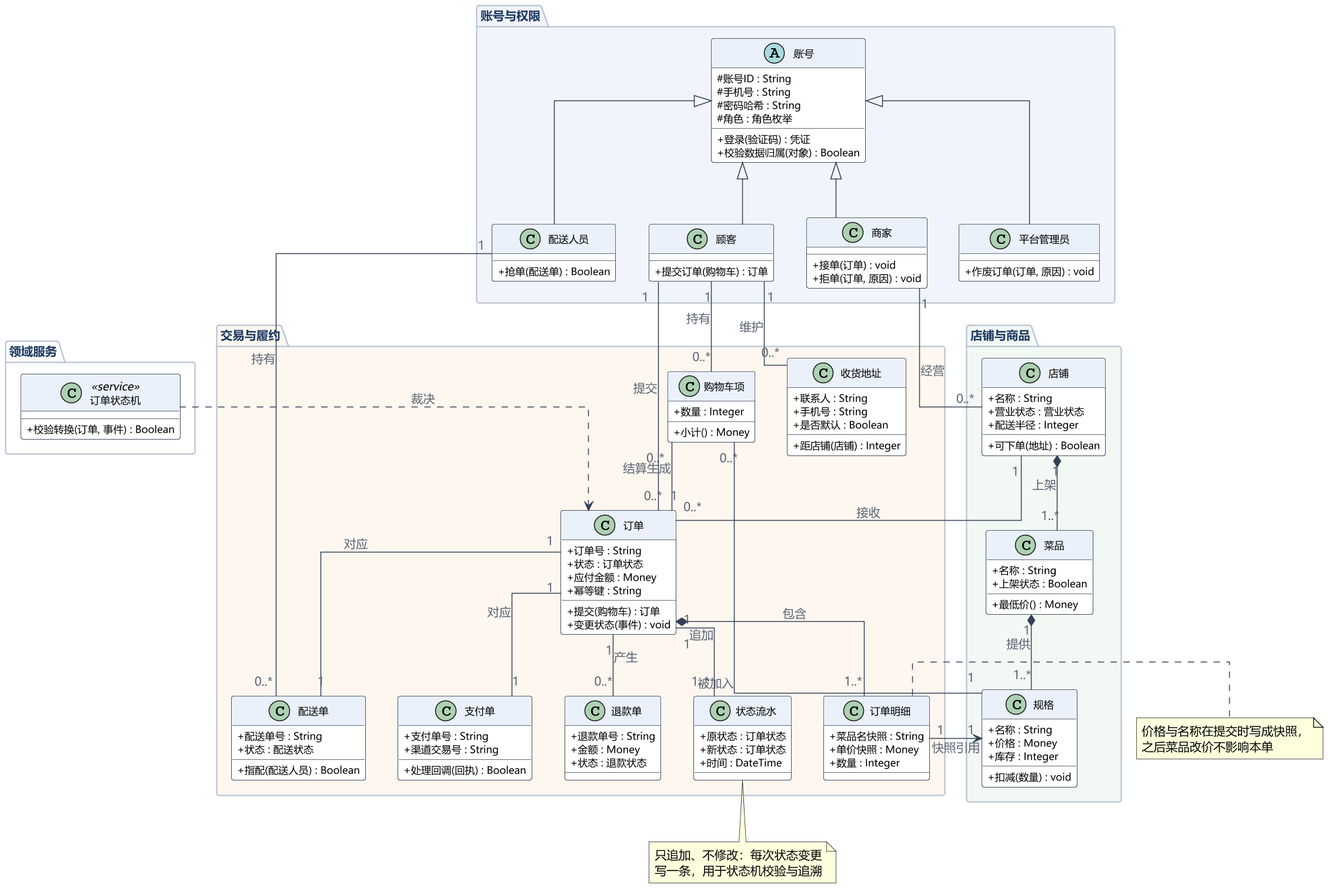
Before: lab2/UML/UML类图.png, a diagram exported from PlantUML (yui060814zwp-creator/SE-lab). Source of this version:
```plantuml
@startuml UML类图
skinparam defaultFontName "Microsoft YaHei"
skinparam shadowing false
skinparam classAttributeIconSize 0
skinparam linetype ortho
skinparam ArrowColor #344054
skinparam ArrowFontColor #5A6272
skinparam dpi 150
skinparam class {
  BackgroundColor #FFFFFF
  BorderColor #344054
  HeaderBackgroundColor #EAF1FA
  FontSize 13
  AttributeFontSize 11
}
skinparam package {
  BackgroundColor #FBFCFE
  BorderColor #B9C4D4
  FontColor #1F3B63
  FontSize 13
}

package "账号与权限" #F1F5FB {
  abstract class 账号 {
    # 账号ID : String
    # 手机号 : String
    # 密码哈希 : String
    # 角色 : 角色枚举
    + 登录(验证码) : 凭证
    + 校验数据归属(对象) : Boolean
  }
  class 顾客 {
    + 提交订单(购物车) : 订单
  }
  class 商家 {
    + 接单(订单) : void
    + 拒单(订单, 原因) : void
  }
  class 配送人员 {
    + 抢单(配送单) : Boolean
  }
  class 平台管理员 {
    + 作废订单(订单, 原因) : void
  }
}

package "店铺与商品" #F2F8F4 {
  class 店铺 {
    + 名称 : String
    + 营业状态 : 营业状态
    + 配送半径 : Integer
    + 可下单(地址) : Boolean
  }
  class 菜品 {
    + 名称 : String
    + 上架状态 : Boolean
    + 最低价() : Money
  }
  class 规格 {
    + 名称 : String
    + 价格 : Money
    + 库存 : Integer
    + 扣减(数量) : void
  }
}

package "交易与履约" #FEF7F0 {
  class 收货地址 {
    + 联系人 : String
    + 手机号 : String
    + 是否默认 : Boolean
    + 距店铺(店铺) : Integer
  }
  class 购物车项 {
    + 数量 : Integer
    + 小计() : Money
  }
  class 订单 {
    + 订单号 : String
    + 状态 : 订单状态
    + 应付金额 : Money
    + 幂等键 : String
    + 提交(购物车) : 订单
    + 变更状态(事件) : void
  }
  class 订单明细 {
    + 菜品名快照 : String
    + 单价快照 : Money
    + 数量 : Integer
  }
  class 支付单 {
    + 支付单号 : String
    + 渠道交易号 : String
    + 处理回调(回执) : Boolean
  }
  class 配送单 {
    + 配送单号 : String
    + 状态 : 配送状态
    + 指配(配送人员) : Boolean
  }
  class 退款单 {
    + 退款单号 : String
    + 金额 : Money
    + 状态 : 退款状态
  }
  class 状态流水 {
    + 原状态 : 订单状态
    + 新状态 : 订单状态
    + 时间 : DateTime
  }
}

package "领域服务" #FFFFFF {
  class 订单状态机 <<service>> {
    + 校验转换(订单, 事件) : Boolean
  }
}

账号 <|-- 顾客
账号 <|-- 商家
账号 <|-- 配送人员
账号 <|-- 平台管理员

商家 "1" -- "0..*" 店铺 : 经营
店铺 "1" *-- "1..*" 菜品 : 上架
菜品 "1" *-- "1..*" 规格 : 提供
顾客 "1" -- "0..*" 收货地址 : 维护
顾客 "1" -- "0..*" 购物车项 : 持有
规格 "1" -- "0..*" 购物车项 : 被加入
购物车项 "0..*" -- "1" 订单 : 结算生成
店铺 "1" -- "0..*" 订单 : 接收
顾客 "1" -- "0..*" 订单 : 提交
订单 "1" *-- "1..*" 订单明细 : 包含
订单明细 "1" --> "1" 规格 : 快照引用
订单 "1" -- "1" 支付单 : 对应
订单 "1" -- "1" 配送单 : 对应
订单 "1" -- "0..*" 退款单 : 产生
订单 "1" -- "1..*" 状态流水 : 追加
配送人员 "1" -- "0..*" 配送单 : 持有
订单状态机 ..> 订单 : 裁决

note right of 订单明细
  价格与名称在提交时写成快照，
  之后菜品改价不影响本单
end note
note bottom of 状态流水
  只追加、不修改：每次状态变更
  写一条，用于状态机校验与追溯
end note
@enduml
```
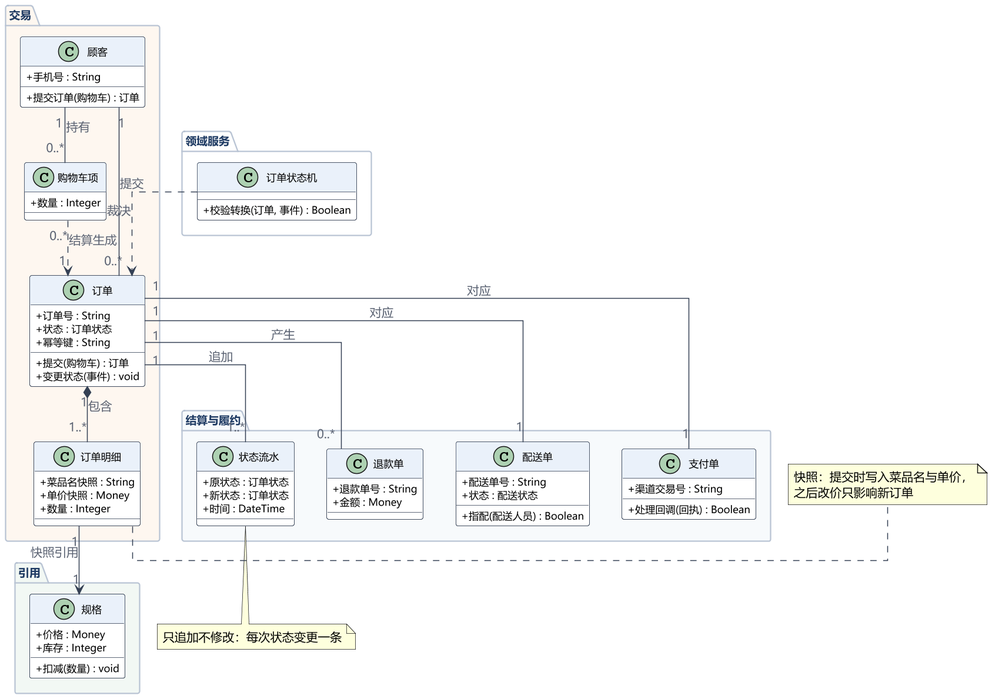
After the commit.

Diff of the diagram source:
```diff
@@ -10,75 +10,28 @@
   BackgroundColor #FFFFFF
   BorderColor #344054
   HeaderBackgroundColor #EAF1FA
-  FontSize 13
+  FontSize 12
   AttributeFontSize 11
 }
 skinparam package {
   BackgroundColor #FBFCFE
   BorderColor #B9C4D4
   FontColor #1F3B63
-  FontSize 13
+  FontSize 12
 }
+hide stereotype
 
-package "账号与权限" #F1F5FB {
-  abstract class 账号 {
-    # 账号ID : String
-    # 手机号 : String
-    # 密码哈希 : String
-    # 角色 : 角色枚举
-    + 登录(验证码) : 凭证
-    + 校验数据归属(对象) : Boolean
-  }
+package "交易" #FEF7F0 {
   class 顾客 {
+    + 手机号 : String
     + 提交订单(购物车) : 订单
-  }
-  class 商家 {
-    + 接单(订单) : void
-    + 拒单(订单, 原因) : void
-  }
-  class 配送人员 {
-    + 抢单(配送单) : Boolean
-  }
-  class 平台管理员 {
-    + 作废订单(订单, 原因) : void
-  }
-}
-
-package "店铺与商品" #F2F8F4 {
-  class 店铺 {
-    + 名称 : String
-    + 营业状态 : 营业状态
-    + 配送半径 : Integer
-    + 可下单(地址) : Boolean
-  }
-  class 菜品 {
-    + 名称 : String
-    + 上架状态 : Boolean
-    + 最低价() : Money
-  }
-  class 规格 {
-    + 名称 : String
-    + 价格 : Money
-    + 库存 : Integer
-    + 扣减(数量) : void
-  }
-}
-
-package "交易与履约" #FEF7F0 {
-  class 收货地址 {
-    + 联系人 : String
-    + 手机号 : String
-    + 是否默认 : Boolean
-    + 距店铺(店铺) : Integer
   }
   class 购物车项 {
     + 数量 : Integer
-    + 小计() : Money
   }
   class 订单 {
     + 订单号 : String
     + 状态 : 订单状态
-    + 应付金额 : Money
     + 幂等键 : String
     + 提交(购物车) : 订单
     + 变更状态(事件) : void
@@ -88,8 +41,10 @@
     + 单价快照 : Money
     + 数量 : Integer
   }
+}
+
+package "结算与履约" #F7FAFC {
   class 支付单 {
-    + 支付单号 : String
     + 渠道交易号 : String
     + 处理回调(回执) : Boolean
   }
@@ -101,12 +56,19 @@
   class 退款单 {
     + 退款单号 : String
     + 金额 : Money
-    + 状态 : 退款状态
   }
   class 状态流水 {
     + 原状态 : 订单状态
     + 新状态 : 订单状态
     + 时间 : DateTime
+  }
+}
+
+package "引用" #F2F8F4 {
+  class 规格 {
+    + 价格 : Money
+    + 库存 : Integer
+    + 扣减(数量) : void
   }
 }
 
@@ -116,35 +78,22 @@
   }
 }
 
-账号 <|-- 顾客
-账号 <|-- 商家
-账号 <|-- 配送人员
-账号 <|-- 平台管理员
-
-商家 "1" -- "0..*" 店铺 : 经营
-店铺 "1" *-- "1..*" 菜品 : 上架
-菜品 "1" *-- "1..*" 规格 : 提供
-顾客 "1" -- "0..*" 收货地址 : 维护
 顾客 "1" -- "0..*" 购物车项 : 持有
-规格 "1" -- "0..*" 购物车项 : 被加入
-购物车项 "0..*" -- "1" 订单 : 结算生成
-店铺 "1" -- "0..*" 订单 : 接收
 顾客 "1" -- "0..*" 订单 : 提交
+购物车项 "0..*" ..> "1" 订单 : 结算生成
 订单 "1" *-- "1..*" 订单明细 : 包含
 订单明细 "1" --> "1" 规格 : 快照引用
 订单 "1" -- "1" 支付单 : 对应
 订单 "1" -- "1" 配送单 : 对应
 订单 "1" -- "0..*" 退款单 : 产生
 订单 "1" -- "1..*" 状态流水 : 追加
-配送人员 "1" -- "0..*" 配送单 : 持有
 订单状态机 ..> 订单 : 裁决
 
 note right of 订单明细
-  价格与名称在提交时写成快照，
-  之后菜品改价不影响本单
+  快照：提交时写入菜品名与单价，
+  之后改价只影响新订单
 end note
 note bottom of 状态流水
-  只追加、不修改：每次状态变更
-  写一条，用于状态机校验与追溯
+  只追加不修改：每次状态变更一条
 end note
 @enduml
```
